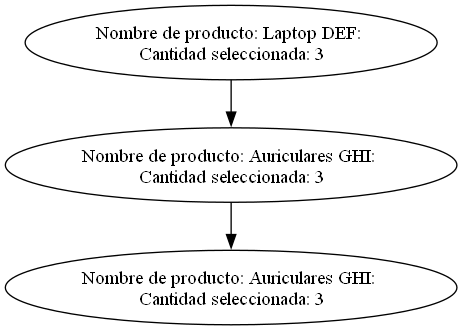
The Graphviz diagram pila.png in 202300512DanielH/IPC2_ProyectoVJ2024_21, before a commit. Its source is kept beside it as pila.dot.
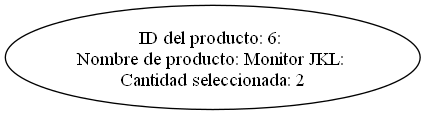
After the change.

What changed in the source:
```diff
@@ -1,10 +1,5 @@
 digraph G {
-nodo0 [label="Nombre de producto: Laptop DEF:
-Cantidad seleccionada: 3"];
-nodo0 -> nodo1;
-nodo1 [label="Nombre de producto: Auriculares GHI:
-Cantidad seleccionada: 3"];
-nodo1 -> nodo2;
-nodo2 [label="Nombre de producto: Auriculares GHI:
-Cantidad seleccionada: 3"];
+nodo0 [label="ID del producto: 6:
+Nombre de producto: Monitor JKL:
+Cantidad seleccionada: 2"];
 }
```
